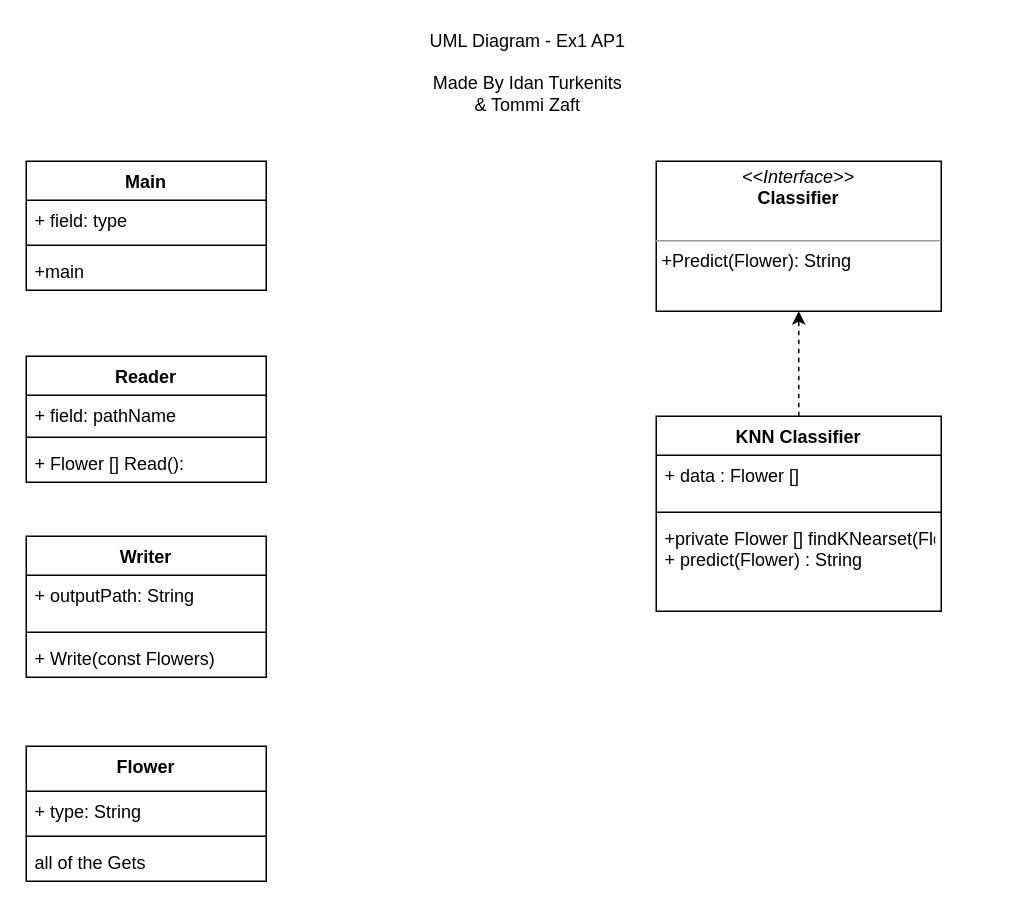
Before: uml.drawio in Tom-stack3/AP1-ex3, a draw.io diagram. Source tidied: cells renumbered, new cells numbered last; positions are measured from the earlier drawing's top-left corner, leaving out a move shared by most shapes. Both pictures are drawn from the tidied source at 150%, with x=0, y=0 at pixel (26, 26).
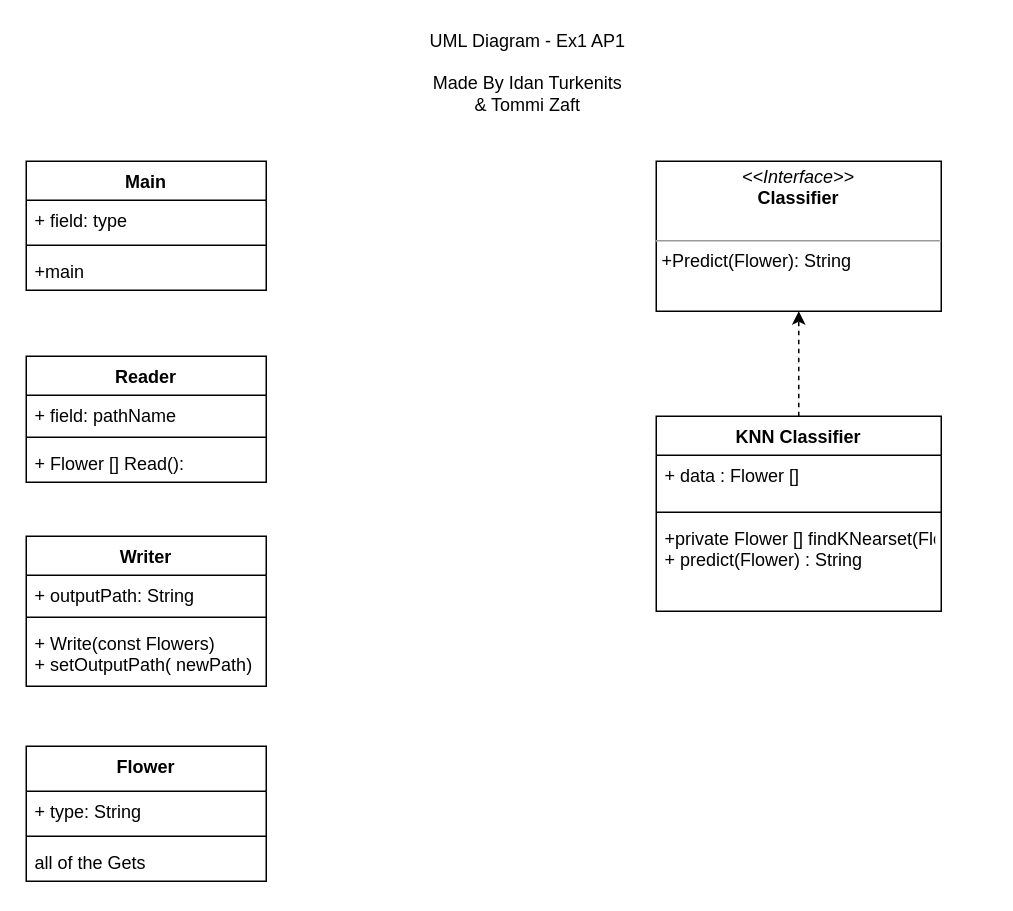
The same page after the edit.

Commit message:
updated the writer structure

Change to the diagram source:
```diff
@@
     <mxCell id="15" value="Writer" style="swimlane;fontStyle=1;align=center;verticalAlign=top;horizontal=1;startSize=26;" parent="1" vertex="1">
-      <mxGeometry y="340" width="160" height="94" as="geometry" />
+      <mxGeometry y="340" width="160" height="100" as="geometry" />
     </mxCell>
     <mxCell id="16" value="+ outputPath: String&#10;" style="text;strokeColor=none;fillColor=none;align=left;verticalAlign=top;spacingLeft=4;spacingRight=4;overflow=hidden;" parent="15" vertex="1">
-      <mxGeometry y="26" width="160" height="34" as="geometry" />
+      <mxGeometry y="26" width="160" height="24" as="geometry" />
     </mxCell>
     <mxCell id="17" style="line;strokeWidth=1;fillColor=none;align=left;verticalAlign=middle;spacingTop=-1;spacingLeft=3;spacingRight=3;labelPosition=right;" parent="15" vertex="1">
-      <mxGeometry y="60" width="160" height="8" as="geometry" />
+      <mxGeometry y="50" width="160" height="8" as="geometry" />
     </mxCell>
-    <mxCell id="18" value="+ Write(const Flowers)" style="text;strokeColor=none;fillColor=none;align=left;verticalAlign=top;spacingLeft=4;spacingRight=4;overflow=hidden;" parent="15" vertex="1">
-      <mxGeometry y="68" width="160" height="26" as="geometry" />
+    <mxCell id="18" value="+ Write(const Flowers)&#10;+ setOutputPath( newPath)" style="text;strokeColor=none;fillColor=none;align=left;verticalAlign=top;spacingLeft=4;spacingRight=4;overflow=hidden;" parent="15" vertex="1">
+      <mxGeometry y="58" width="160" height="42" as="geometry" />
     </mxCell>
```
